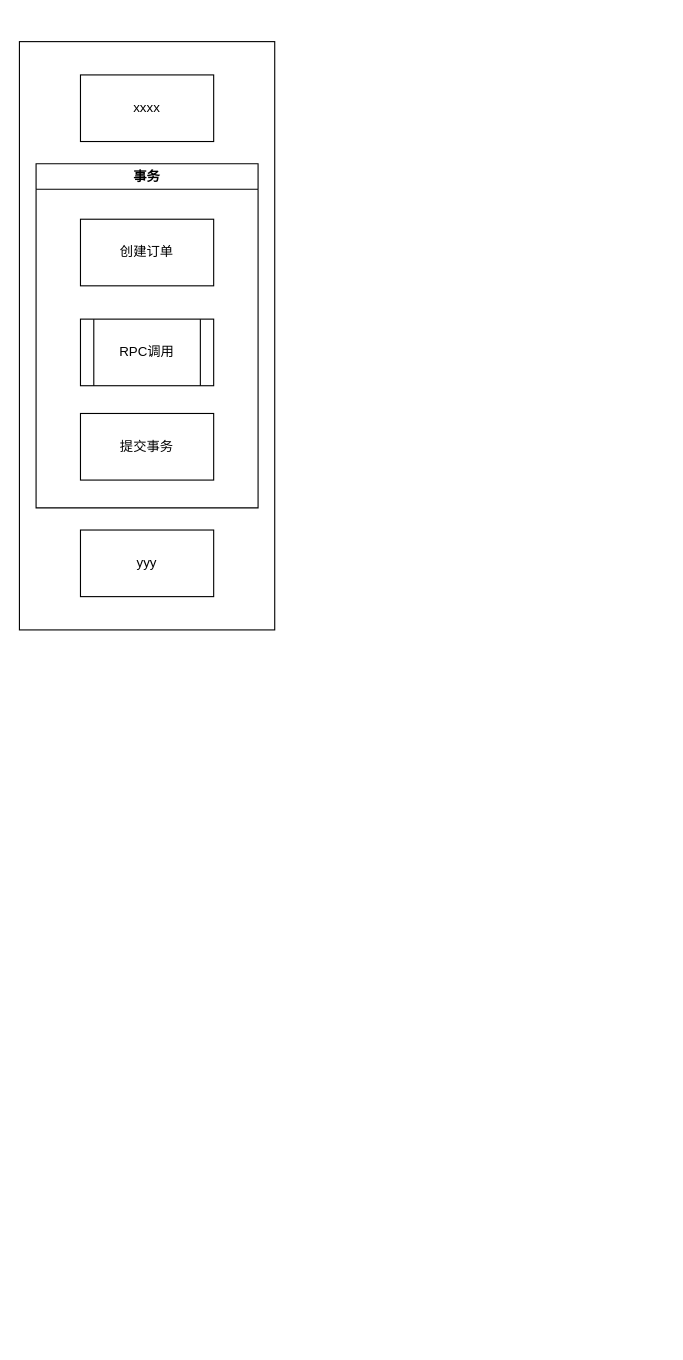
Before: 本地事务与RPC.drawio in catface996/images, a draw.io diagram. Source tidied: cells renumbered, new cells numbered last; positions are measured from the earlier drawing's top-left corner, leaving out a move shared by most shapes. Both pictures are drawn from the tidied source at 111%, with x=0, y=0 at pixel (19, 41).
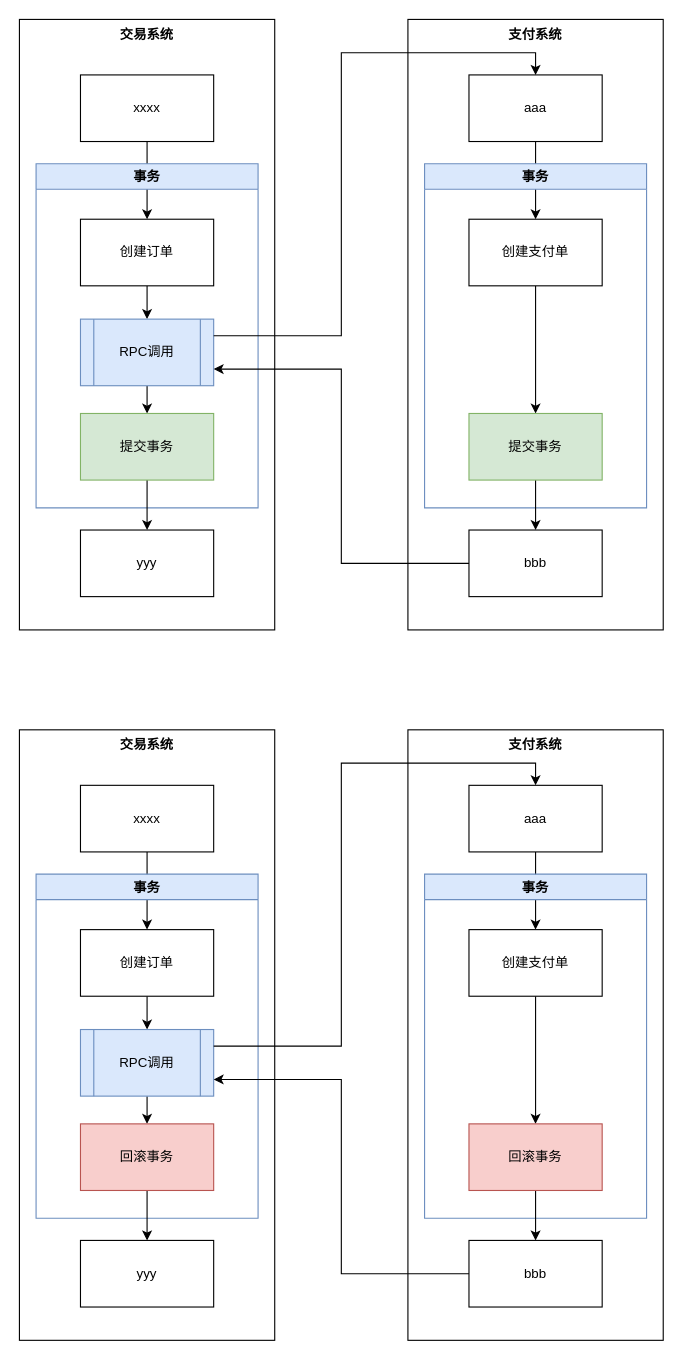
The same page after the edit.

Commit message (it also covers changes not shown here):
更新本地事务与RPC.drawio

The change refers to these unchanged cells:
```xml
<mxCell id="3" value="xxxx" style="rounded=0;whiteSpace=wrap;html=1;" parent="1" vertex="1">
  <mxGeometry x="55" y="30" width="120" height="60" as="geometry" />
</mxCell>
<mxCell id="5" value="创建订单" style="rounded=0;whiteSpace=wrap;html=1;" parent="1" vertex="1">
  <mxGeometry x="55" y="160" width="120" height="60" as="geometry" />
</mxCell>
<mxCell id="8" value="yyy" style="rounded=0;whiteSpace=wrap;html=1;" parent="1" vertex="1">
  <mxGeometry x="55" y="440" width="120" height="60" as="geometry" />
</mxCell>
```

Change to the diagram source:
```diff
@@
-    <mxCell id="2" style="rounded=0;whiteSpace=wrap;html=1;" parent="1" vertex="1">
-      <mxGeometry width="230" height="530" as="geometry" />
+    <mxCell id="2" value="交易系统" style="rounded=0;whiteSpace=wrap;html=1;verticalAlign=top;fontStyle=1;" parent="1" vertex="1">
+      <mxGeometry y="-20" width="230" height="550" as="geometry" />
     </mxCell>
+    <mxCell id="9" style="edgeStyle=orthogonalEdgeStyle;rounded=0;jettySize=auto;html=1;entryX=0.5;entryY=0;entryDx=0;entryDy=0;" parent="1" edge="1" source="3" target="5">
+      <mxGeometry relative="1" as="geometry" />
+    </mxCell>
@@
-    <mxCell id="4" value="事务" style="swimlane;" parent="1" vertex="1">
+    <mxCell id="4" value="事务" style="swimlane;fillColor=#dae8fc;strokeColor=#6c8ebf;" parent="1" vertex="1">
       <mxGeometry x="15" y="110" width="200" height="310" as="geometry" />
     </mxCell>
+    <mxCell id="10" style="edgeStyle=orthogonalEdgeStyle;rounded=0;jettySize=auto;html=1;entryX=0.5;entryY=0;entryDx=0;entryDy=0;" parent="1" edge="1" source="5" target="6">
+      <mxGeometry relative="1" as="geometry" />
+    </mxCell>
@@
+    <mxCell id="11" style="edgeStyle=orthogonalEdgeStyle;rounded=0;jettySize=auto;html=1;" parent="1" edge="1" source="6" target="7">
+      <mxGeometry relative="1" as="geometry" />
+    </mxCell>
-    <mxCell id="6" value="RPC调用" style="shape=process;whiteSpace=wrap;html=1;backgroundOutline=1;" parent="1" vertex="1">
+    <mxCell id="6" value="RPC调用" style="shape=process;whiteSpace=wrap;html=1;backgroundOutline=1;fillColor=#dae8fc;strokeColor=#6c8ebf;" parent="1" vertex="1">
       <mxGeometry x="55" y="250" width="120" height="60" as="geometry" />
     </mxCell>
+    <mxCell id="12" style="edgeStyle=orthogonalEdgeStyle;rounded=0;jettySize=auto;html=1;entryX=0.5;entryY=0;entryDx=0;entryDy=0;" parent="1" edge="1" source="7" target="8">
+      <mxGeometry relative="1" as="geometry" />
+    </mxCell>
-    <mxCell id="7" value="提交事务" style="rounded=0;whiteSpace=wrap;html=1;" parent="1" vertex="1">
+    <mxCell id="7" value="提交事务" style="rounded=0;whiteSpace=wrap;html=1;fillColor=#d5e8d4;strokeColor=#82b366;" parent="1" vertex="1">
       <mxGeometry x="55" y="335" width="120" height="60" as="geometry" />
     </mxCell>
@@
+    <mxCell id="13" value="支付系统" style="rounded=0;whiteSpace=wrap;html=1;verticalAlign=top;fontStyle=1;" parent="1" vertex="1">
+      <mxGeometry x="350" y="-20" width="230" height="550" as="geometry" />
+    </mxCell>
+    <mxCell id="14" style="edgeStyle=orthogonalEdgeStyle;rounded=0;jettySize=auto;html=1;entryX=0.5;entryY=0;entryDx=0;entryDy=0;" parent="1" edge="1" source="15" target="18">
+      <mxGeometry relative="1" as="geometry" />
+    </mxCell>
+    <mxCell id="15" value="aaa" style="rounded=0;whiteSpace=wrap;html=1;" parent="1" vertex="1">
+      <mxGeometry x="405" y="30" width="120" height="60" as="geometry" />
+    </mxCell>
+    <mxCell id="16" value="事务" style="swimlane;fillColor=#dae8fc;strokeColor=#6c8ebf;" parent="1" vertex="1">
+      <mxGeometry x="365" y="110" width="200" height="310" as="geometry" />
+    </mxCell>
+    <mxCell id="17" style="edgeStyle=orthogonalEdgeStyle;rounded=0;jettySize=auto;html=1;entryX=0.5;entryY=0;entryDx=0;entryDy=0;" parent="1" edge="1" source="18" target="20">
+      <mxGeometry relative="1" as="geometry" />
+    </mxCell>
+    <mxCell id="18" value="创建支付单" style="rounded=0;whiteSpace=wrap;html=1;" parent="1" vertex="1">
+      <mxGeometry x="405" y="160" width="120" height="60" as="geometry" />
+    </mxCell>
+    <mxCell id="19" style="edgeStyle=orthogonalEdgeStyle;rounded=0;jettySize=auto;html=1;entryX=0.5;entryY=0;entryDx=0;entryDy=0;" parent="1" edge="1" source="20" target="22">
+      <mxGeometry relative="1" as="geometry" />
+    </mxCell>
+    <mxCell id="20" value="提交事务" style="rounded=0;whiteSpace=wrap;html=1;fillColor=#d5e8d4;strokeColor=#82b366;" parent="1" vertex="1">
+      <mxGeometry x="405" y="335" width="120" height="60" as="geometry" />
+    </mxCell>
+    <mxCell id="21" style="edgeStyle=orthogonalEdgeStyle;rounded=0;jettySize=auto;html=1;entryX=1;entryY=0.75;entryDx=0;entryDy=0;" parent="1" edge="1" source="22" target="6">
+      <mxGeometry relative="1" as="geometry" />
+    </mxCell>
+    <mxCell id="22" value="bbb" style="rounded=0;whiteSpace=wrap;html=1;" parent="1" vertex="1">
+      <mxGeometry x="405" y="440" width="120" height="60" as="geometry" />
+    </mxCell>
+    <mxCell id="23" style="edgeStyle=orthogonalEdgeStyle;rounded=0;jettySize=auto;html=1;entryX=0.5;entryY=0;entryDx=0;entryDy=0;exitX=1;exitY=0.25;exitDx=0;exitDy=0;" parent="1" edge="1" source="6" target="15">
+      <mxGeometry relative="1" as="geometry" />
+    </mxCell>
+    <mxCell id="24" value="交易系统" style="rounded=0;whiteSpace=wrap;html=1;verticalAlign=top;fontStyle=1;" parent="1" vertex="1">
+      <mxGeometry y="620" width="230" height="550" as="geometry" />
+    </mxCell>
+    <mxCell id="25" style="edgeStyle=orthogonalEdgeStyle;rounded=0;jettySize=auto;html=1;entryX=0.5;entryY=0;entryDx=0;entryDy=0;" parent="1" edge="1" source="26" target="29">
+      <mxGeometry relative="1" as="geometry" />
+    </mxCell>
+    <mxCell id="26" value="xxxx" style="rounded=0;whiteSpace=wrap;html=1;" parent="1" vertex="1">
+      <mxGeometry x="55" y="670" width="120" height="60" as="geometry" />
+    </mxCell>
+    <mxCell id="27" value="事务" style="swimlane;fillColor=#dae8fc;strokeColor=#6c8ebf;" parent="1" vertex="1">
+      <mxGeometry x="15" y="750" width="200" height="310" as="geometry" />
+    </mxCell>
+    <mxCell id="28" style="edgeStyle=orthogonalEdgeStyle;rounded=0;jettySize=auto;html=1;entryX=0.5;entryY=0;entryDx=0;entryDy=0;" parent="1" edge="1" source="29" target="31">
+      <mxGeometry relative="1" as="geometry" />
+    </mxCell>
+    <mxCell id="29" value="创建订单" style="rounded=0;whiteSpace=wrap;html=1;" parent="1" vertex="1">
+      <mxGeometry x="55" y="800" width="120" height="60" as="geometry" />
+    </mxCell>
+    <mxCell id="30" style="edgeStyle=orthogonalEdgeStyle;rounded=0;jettySize=auto;html=1;" parent="1" edge="1" source="31" target="33">
+      <mxGeometry relative="1" as="geometry" />
+    </mxCell>
+    <mxCell id="31" value="RPC调用" style="shape=process;whiteSpace=wrap;html=1;backgroundOutline=1;fillColor=#dae8fc;strokeColor=#6c8ebf;" parent="1" vertex="1">
+      <mxGeometry x="55" y="890" width="120" height="60" as="geometry" />
+    </mxCell>
+    <mxCell id="32" style="edgeStyle=orthogonalEdgeStyle;rounded=0;jettySize=auto;html=1;entryX=0.5;entryY=0;entryDx=0;entryDy=0;" parent="1" edge="1" source="33" target="34">
+      <mxGeometry relative="1" as="geometry" />
+    </mxCell>
+    <mxCell id="33" value="回滚事务" style="rounded=0;whiteSpace=wrap;html=1;fillColor=#f8cecc;strokeColor=#b85450;" parent="1" vertex="1">
+      <mxGeometry x="55" y="975" width="120" height="60" as="geometry" />
+    </mxCell>
+    <mxCell id="34" value="yyy" style="rounded=0;whiteSpace=wrap;html=1;" parent="1" vertex="1">
+      <mxGeometry x="55" y="1080" width="120" height="60" as="geometry" />
+    </mxCell>
+    <mxCell id="35" value="支付系统" style="rounded=0;whiteSpace=wrap;html=1;verticalAlign=top;fontStyle=1;" parent="1" vertex="1">
+      <mxGeometry x="350" y="620" width="230" height="550" as="geometry" />
+    </mxCell>
+    <mxCell id="36" style="edgeStyle=orthogonalEdgeStyle;rounded=0;jettySize=auto;html=1;entryX=0.5;entryY=0;entryDx=0;entryDy=0;" parent="1" edge="1" source="37" target="40">
+      <mxGeometry relative="1" as="geometry" />
+    </mxCell>
+    <mxCell id="37" value="aaa" style="rounded=0;whiteSpace=wrap;html=1;" parent="1" vertex="1">
+      <mxGeometry x="405" y="670" width="120" height="60" as="geometry" />
+    </mxCell>
+    <mxCell id="38" value="事务" style="swimlane;fillColor=#dae8fc;strokeColor=#6c8ebf;" parent="1" vertex="1">
+      <mxGeometry x="365" y="750" width="200" height="310" as="geometry" />
+    </mxCell>
+    <mxCell id="39" style="edgeStyle=orthogonalEdgeStyle;rounded=0;jettySize=auto;html=1;entryX=0.5;entryY=0;entryDx=0;entryDy=0;" parent="1" edge="1" source="40" target="42">
+      <mxGeometry relative="1" as="geometry" />
+    </mxCell>
+    <mxCell id="40" value="创建支付单" style="rounded=0;whiteSpace=wrap;html=1;" parent="1" vertex="1">
+      <mxGeometry x="405" y="800" width="120" height="60" as="geometry" />
+    </mxCell>
+    <mxCell id="41" style="edgeStyle=orthogonalEdgeStyle;rounded=0;jettySize=auto;html=1;entryX=0.5;entryY=0;entryDx=0;entryDy=0;" parent="1" edge="1" source="42" target="44">
+      <mxGeometry relative="1" as="geometry" />
+    </mxCell>
+    <mxCell id="42" value="回滚事务" style="rounded=0;whiteSpace=wrap;html=1;fillColor=#f8cecc;strokeColor=#b85450;" parent="1" vertex="1">
+      <mxGeometry x="405" y="975" width="120" height="60" as="geometry" />
+    </mxCell>
+    <mxCell id="43" style="edgeStyle=orthogonalEdgeStyle;rounded=0;jettySize=auto;html=1;entryX=1;entryY=0.75;entryDx=0;entryDy=0;" parent="1" edge="1" source="44" target="31">
+      <mxGeometry relative="1" as="geometry" />
+    </mxCell>
+    <mxCell id="44" value="bbb" style="rounded=0;whiteSpace=wrap;html=1;" parent="1" vertex="1">
+      <mxGeometry x="405" y="1080" width="120" height="60" as="geometry" />
+    </mxCell>
+    <mxCell id="45" style="edgeStyle=orthogonalEdgeStyle;rounded=0;jettySize=auto;html=1;entryX=0.5;entryY=0;entryDx=0;entryDy=0;exitX=1;exitY=0.25;exitDx=0;exitDy=0;" parent="1" edge="1" source="31" target="37">
+      <mxGeometry relative="1" as="geometry" />
+    </mxCell>
```
